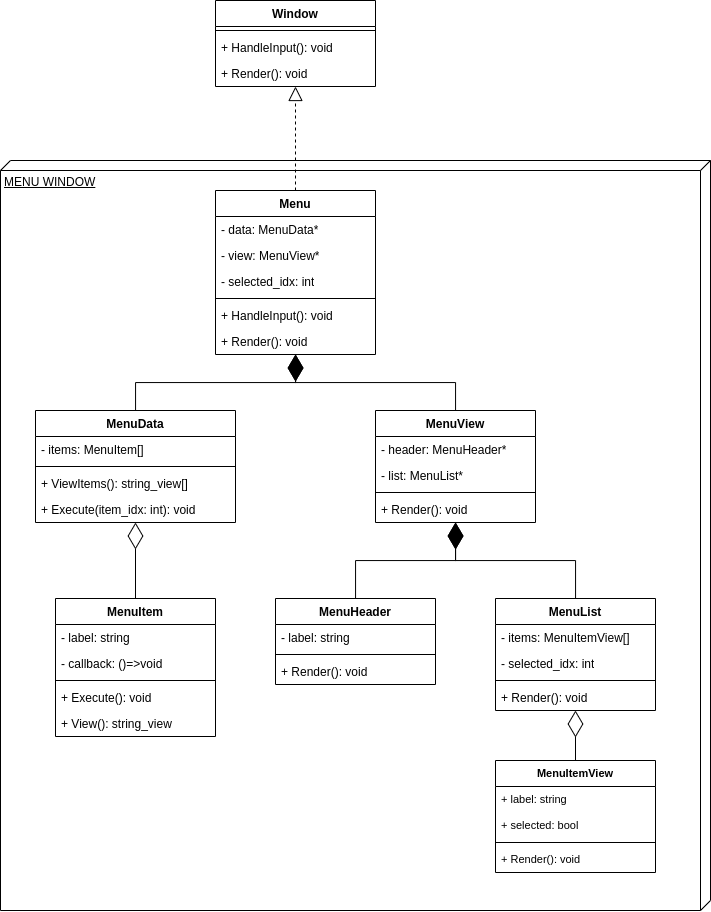
fpmi-tp2023/labrabota5pr2-fluffy-kittens keeps this draw.io diagram as docs/diagrams/classes.drawio.png. Above is the earlier version. Source tidied: cells renumbered, new cells last; positions are measured from the earlier drawing's top-left corner, leaving out a move shared by most shapes.
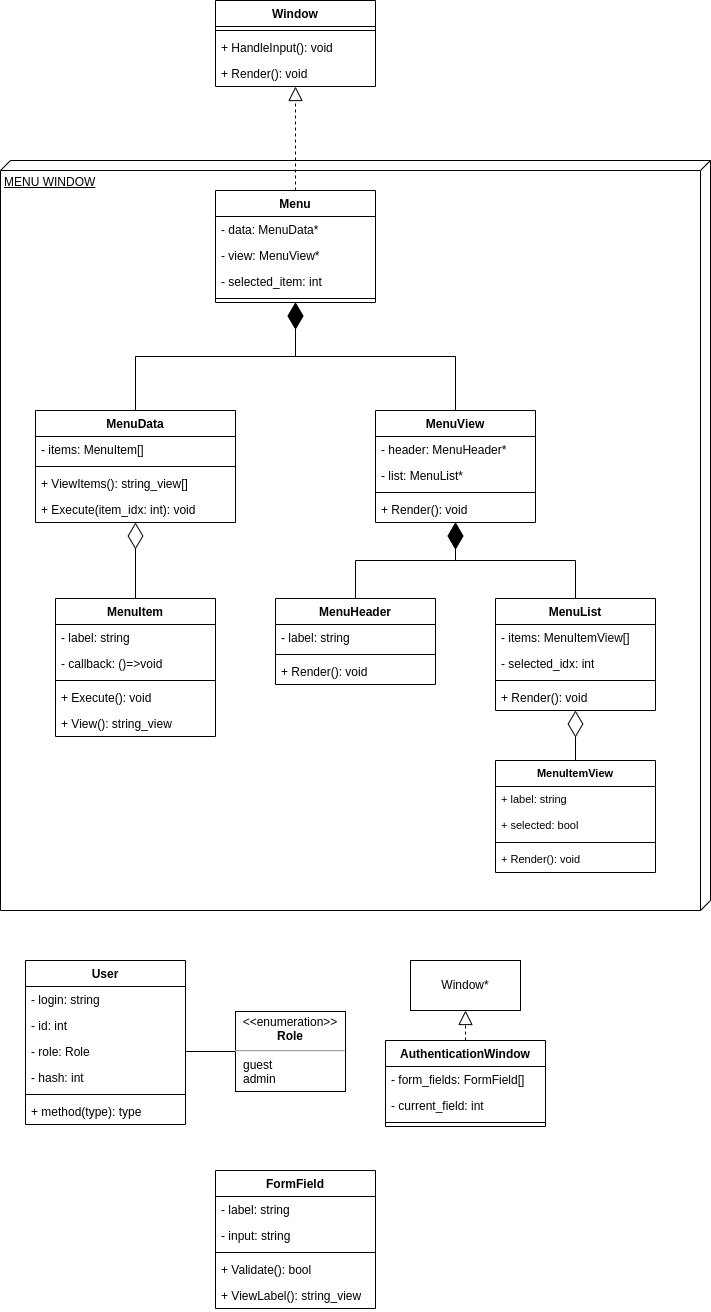
The same diagram one commit later.

Commit message:
docs: auth class block start

Change to the diagram source:
```diff
@@ -6,7 +6,7 @@
       <mxGeometry y="160" width="710" height="750" as="geometry" />
     </mxCell>
     <mxCell id="3" value="Menu" style="swimlane;fontStyle=1;align=center;verticalAlign=top;horizontal=1;startSize=26;whiteSpace=wrap;html=1;" parent="1" vertex="1">
-      <mxGeometry x="215" y="190" width="160" height="164" as="geometry" />
+      <mxGeometry x="215" y="190" width="160" height="112" as="geometry" />
     </mxCell>
     <mxCell id="4" value="- data: MenuData*" style="text;strokeColor=none;fillColor=none;align=left;verticalAlign=top;spacingLeft=4;spacingRight=4;overflow=hidden;whiteSpace=wrap;html=1;" parent="3" vertex="1">
       <mxGeometry y="26" width="160" height="26" as="geometry" />
@@ -14,18 +14,12 @@
     <mxCell id="5" value="- view: MenuView*" style="text;strokeColor=none;fillColor=none;align=left;verticalAlign=top;spacingLeft=4;spacingRight=4;overflow=hidden;whiteSpace=wrap;html=1;" parent="3" vertex="1">
       <mxGeometry y="52" width="160" height="26" as="geometry" />
     </mxCell>
-    <mxCell id="6" value="- selected_idx: int" style="text;strokeColor=none;fillColor=none;align=left;verticalAlign=top;spacingLeft=4;spacingRight=4;overflow=hidden;whiteSpace=wrap;html=1;" parent="3" vertex="1">
+    <mxCell id="6" value="- selected_item: int" style="text;strokeColor=none;fillColor=none;align=left;verticalAlign=top;spacingLeft=4;spacingRight=4;overflow=hidden;whiteSpace=wrap;html=1;" parent="3" vertex="1">
       <mxGeometry y="78" width="160" height="26" as="geometry" />
     </mxCell>
     <mxCell id="7" style="line;strokeWidth=1;fillColor=none;align=left;verticalAlign=middle;spacingTop=-1;spacingLeft=3;spacingRight=3;labelPosition=right;strokeColor=inherit;" parent="3" vertex="1">
       <mxGeometry y="104" width="160" height="8" as="geometry" />
     </mxCell>
-    <mxCell id="8" value="+ HandleInput(): void" style="text;strokeColor=none;fillColor=none;align=left;verticalAlign=top;spacingLeft=4;spacingRight=4;overflow=hidden;whiteSpace=wrap;html=1;" parent="3" vertex="1">
-      <mxGeometry y="112" width="160" height="26" as="geometry" />
-    </mxCell>
-    <mxCell id="9" value="+ Render(): void" style="text;strokeColor=none;fillColor=none;align=left;verticalAlign=top;spacingLeft=4;spacingRight=4;overflow=hidden;whiteSpace=wrap;html=1;" parent="3" vertex="1">
-      <mxGeometry y="138" width="160" height="26" as="geometry" />
-    </mxCell>
     <mxCell id="10" value="MenuData" style="swimlane;fontStyle=1;align=center;verticalAlign=top;horizontal=1;startSize=26;whiteSpace=wrap;html=1;" parent="1" vertex="1">
       <mxGeometry x="35" y="410" width="200" height="112" as="geometry" />
     </mxCell>
@@ -149,5 +143,68 @@
     <mxCell id="50" style="endArrow=block;dashed=1;endFill=0;endSize=12;html=1;rounded=0;" parent="1" edge="1" source="3" target="46">
       <mxGeometry relative="1" as="geometry" />
     </mxCell>
+    <mxCell id="51" value="User" style="swimlane;fontStyle=1;align=center;verticalAlign=top;horizontal=1;startSize=26;whiteSpace=wrap;html=1;" parent="1" vertex="1">
+      <mxGeometry x="25" y="960" width="160" height="164" as="geometry" />
+    </mxCell>
+    <mxCell id="52" value="- login: string" style="text;strokeColor=none;fillColor=none;align=left;verticalAlign=top;spacingLeft=4;spacingRight=4;overflow=hidden;whiteSpace=wrap;html=1;" parent="51" vertex="1">
+      <mxGeometry y="26" width="160" height="26" as="geometry" />
+    </mxCell>
+    <mxCell id="53" value="- id: int" style="text;strokeColor=none;fillColor=none;align=left;verticalAlign=top;spacingLeft=4;spacingRight=4;overflow=hidden;whiteSpace=wrap;html=1;" parent="51" vertex="1">
+      <mxGeometry y="52" width="160" height="26" as="geometry" />
+    </mxCell>
+    <mxCell id="54" value="- role: Role" style="text;strokeColor=none;fillColor=none;align=left;verticalAlign=top;spacingLeft=4;spacingRight=4;overflow=hidden;points=[[0,0.5],[1,0.5]];portConstraint=eastwest;whiteSpace=wrap;html=1;" parent="51" vertex="1">
+      <mxGeometry y="78" width="160" height="26" as="geometry" />
+    </mxCell>
+    <mxCell id="55" value="- hash: int" style="text;strokeColor=none;fillColor=none;align=left;verticalAlign=top;spacingLeft=4;spacingRight=4;overflow=hidden;whiteSpace=wrap;html=1;" parent="51" vertex="1">
+      <mxGeometry y="104" width="160" height="26" as="geometry" />
+    </mxCell>
+    <mxCell id="56" style="line;strokeWidth=1;fillColor=none;align=left;verticalAlign=middle;spacingTop=-1;spacingLeft=3;spacingRight=3;labelPosition=right;strokeColor=inherit;" parent="51" vertex="1">
+      <mxGeometry y="130" width="160" height="8" as="geometry" />
+    </mxCell>
+    <mxCell id="57" value="+ method(type): type" style="text;strokeColor=none;fillColor=none;align=left;verticalAlign=top;spacingLeft=4;spacingRight=4;overflow=hidden;whiteSpace=wrap;html=1;" parent="51" vertex="1">
+      <mxGeometry y="138" width="160" height="26" as="geometry" />
+    </mxCell>
+    <mxCell id="58" value="&lt;p style=&quot;margin:0px;margin-top:4px;text-align:center;&quot;&gt;&amp;lt;&amp;lt;enumeration&amp;gt;&amp;gt;&lt;br&gt;&lt;b&gt;Role&lt;/b&gt;&lt;/p&gt;&lt;hr&gt;&lt;p style=&quot;margin:0px;margin-left:8px;text-align:left;&quot;&gt;guest&lt;br&gt;admin&lt;/p&gt;" style="shape=rect;html=1;overflow=fill;whiteSpace=wrap;" parent="1" vertex="1">
+      <mxGeometry x="235" y="1011" width="110" height="80" as="geometry" />
+    </mxCell>
+    <mxCell id="59" style="edgeStyle=orthogonalEdgeStyle;rounded=0;jettySize=auto;html=1;endArrow=none;endFill=0;" parent="1" edge="1" source="54" target="58">
+      <mxGeometry relative="1" as="geometry" />
+    </mxCell>
+    <mxCell id="60" value="AuthenticationWindow" style="swimlane;fontStyle=1;align=center;verticalAlign=top;horizontal=1;startSize=26;whiteSpace=wrap;html=1;" parent="1" vertex="1">
+      <mxGeometry x="385" y="1040" width="160" height="86" as="geometry" />
+    </mxCell>
+    <mxCell id="61" value="- form_fields: FormField[]" style="text;strokeColor=none;fillColor=none;align=left;verticalAlign=top;spacingLeft=4;spacingRight=4;overflow=hidden;whiteSpace=wrap;html=1;" parent="60" vertex="1">
+      <mxGeometry y="26" width="160" height="26" as="geometry" />
+    </mxCell>
+    <mxCell id="62" value="- current_field: int" style="text;strokeColor=none;fillColor=none;align=left;verticalAlign=top;spacingLeft=4;spacingRight=4;overflow=hidden;whiteSpace=wrap;html=1;" parent="60" vertex="1">
+      <mxGeometry y="52" width="160" height="26" as="geometry" />
+    </mxCell>
+    <mxCell id="63" style="line;strokeWidth=1;fillColor=none;align=left;verticalAlign=middle;spacingTop=-1;spacingLeft=3;spacingRight=3;labelPosition=right;strokeColor=inherit;" parent="60" vertex="1">
+      <mxGeometry y="78" width="160" height="8" as="geometry" />
+    </mxCell>
+    <mxCell id="64" value="Window*" style="html=1;whiteSpace=wrap;" parent="1" vertex="1">
+      <mxGeometry x="410" y="960" width="110" height="50" as="geometry" />
+    </mxCell>
+    <mxCell id="65" style="endArrow=block;dashed=1;endFill=0;endSize=12;html=1;rounded=0;edgeStyle=orthogonalEdgeStyle;" parent="1" edge="1" source="60" target="64">
+      <mxGeometry relative="1" as="geometry" />
+    </mxCell>
+    <mxCell id="66" value="FormField" style="swimlane;fontStyle=1;align=center;verticalAlign=top;horizontal=1;startSize=26;whiteSpace=wrap;html=1;" parent="1" vertex="1">
+      <mxGeometry x="215" y="1170" width="160" height="138" as="geometry" />
+    </mxCell>
+    <mxCell id="67" value="- label: string" style="text;strokeColor=none;fillColor=none;align=left;verticalAlign=top;spacingLeft=4;spacingRight=4;overflow=hidden;whiteSpace=wrap;html=1;" parent="66" vertex="1">
+      <mxGeometry y="26" width="160" height="26" as="geometry" />
+    </mxCell>
+    <mxCell id="68" value="- input: string" style="text;strokeColor=none;fillColor=none;align=left;verticalAlign=top;spacingLeft=4;spacingRight=4;overflow=hidden;whiteSpace=wrap;html=1;" parent="66" vertex="1">
+      <mxGeometry y="52" width="160" height="26" as="geometry" />
+    </mxCell>
+    <mxCell id="69" style="line;strokeWidth=1;fillColor=none;align=left;verticalAlign=middle;spacingTop=-1;spacingLeft=3;spacingRight=3;labelPosition=right;strokeColor=inherit;" parent="66" vertex="1">
+      <mxGeometry y="78" width="160" height="8" as="geometry" />
+    </mxCell>
+    <mxCell id="70" value="+ Validate(): bool" style="text;strokeColor=none;fillColor=none;align=left;verticalAlign=top;spacingLeft=4;spacingRight=4;overflow=hidden;whiteSpace=wrap;html=1;" parent="66" vertex="1">
+      <mxGeometry y="86" width="160" height="26" as="geometry" />
+    </mxCell>
+    <mxCell id="71" value="+ ViewLabel(): string_view" style="text;strokeColor=none;fillColor=none;align=left;verticalAlign=top;spacingLeft=4;spacingRight=4;overflow=hidden;whiteSpace=wrap;html=1;" parent="66" vertex="1">
+      <mxGeometry y="112" width="160" height="26" as="geometry" />
+    </mxCell>
   </root>
 </mxGraphModel>
```
